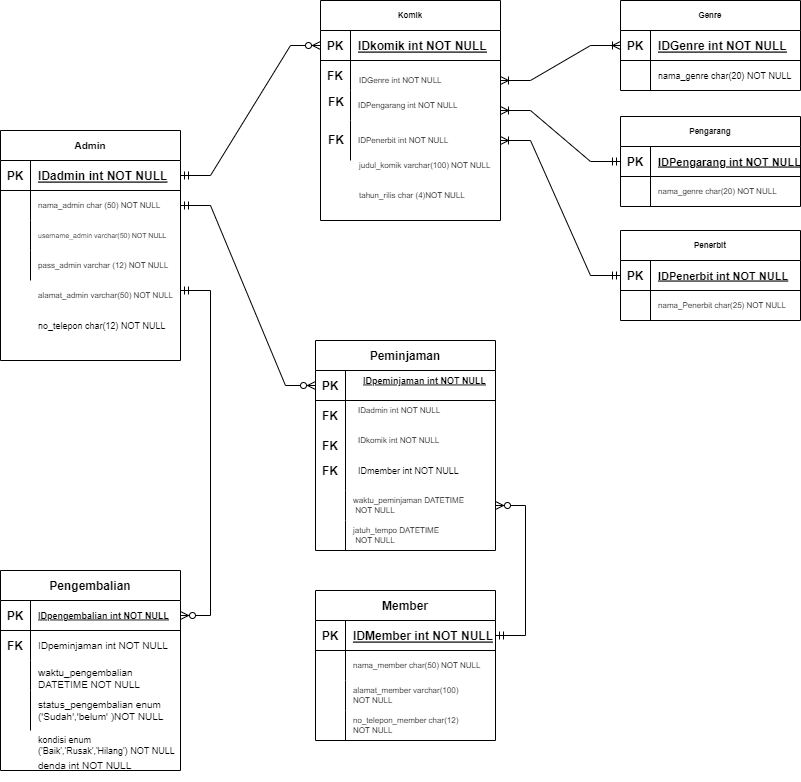
The draw.io diagram Pertemuan 6/Pertemuan 6.drawio.png in Naufalzaki05/IF214002, before a commit. Source tidied: cells renumbered, new cells last; positions are measured from the earlier drawing's top-left corner, leaving out a move shared by most shapes.
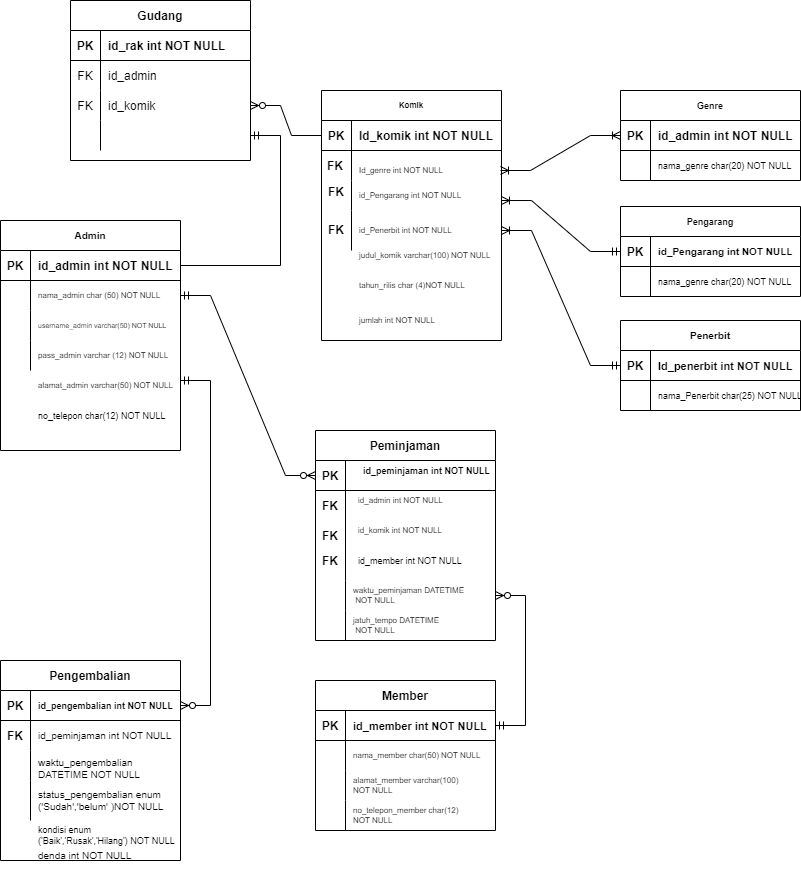
Later version of the same file.

What changed in the source:
```diff
@@ -11,7 +11,7 @@
     <mxCell id="4" value="PK" style="shape=partialRectangle;fillColor=none;top=0;left=0;bottom=0;right=0;fontStyle=1;overflow=hidden;" parent="3" vertex="1">
       <mxGeometry width="30" height="30" as="geometry" />
     </mxCell>
-    <mxCell id="5" value="IDadmin int NOT NULL" style="shape=partialRectangle;fillColor=none;top=0;left=0;bottom=0;right=0;align=left;spacingLeft=6;fontStyle=5;overflow=hidden;" parent="3" vertex="1">
+    <mxCell id="5" value="id_admin int NOT NULL" style="shape=partialRectangle;fillColor=none;top=0;left=0;bottom=0;right=0;align=left;spacingLeft=6;fontStyle=1;overflow=hidden;" parent="3" vertex="1">
       <mxGeometry x="30" width="150" height="30" as="geometry" />
     </mxCell>
     <mxCell id="6" style="shape=tableRow;horizontal=0;startSize=0;swimlaneHead=0;swimlaneBody=0;fillColor=none;points=[[0,0.5],[1,0.5]];portConstraint=eastwest;top=0;left=0;right=0;bottom=0;" parent="2" vertex="1">
@@ -48,7 +48,7 @@
       <mxGeometry x="30" y="310" width="150" height="30" as="geometry" />
     </mxCell>
     <mxCell id="17" value="Komik" style="shape=table;startSize=30;rowLines=0;fontStyle=1;align=center;fontSize=8;" parent="1" vertex="1">
-      <mxGeometry x="320" width="180" height="220" as="geometry" />
+      <mxGeometry x="321" width="180" height="250" as="geometry" />
     </mxCell>
     <mxCell id="18" style="shape=tableRow;horizontal=0;startSize=0;swimlaneHead=0;swimlaneBody=0;fillColor=none;points=[[0,0.5],[1,0.5]];portConstraint=eastwest;top=0;left=0;right=0;bottom=1;" parent="17" vertex="1">
       <mxGeometry y="30" width="180" height="30" as="geometry" />
@@ -56,7 +56,7 @@
     <mxCell id="19" value="PK" style="shape=partialRectangle;fillColor=none;top=0;left=0;bottom=0;right=0;fontStyle=1;overflow=hidden;" parent="18" vertex="1">
       <mxGeometry width="30" height="30" as="geometry" />
     </mxCell>
-    <mxCell id="20" value="IDkomik int NOT NULL" style="shape=partialRectangle;fillColor=none;top=0;left=0;bottom=0;right=0;align=left;spacingLeft=6;fontStyle=5;overflow=hidden;" parent="18" vertex="1">
+    <mxCell id="20" value="Id_komik int NOT NULL" style="shape=partialRectangle;fillColor=none;top=0;left=0;bottom=0;right=0;align=left;spacingLeft=6;fontStyle=1;overflow=hidden;" parent="18" vertex="1">
       <mxGeometry x="30" width="150" height="30" as="geometry" />
     </mxCell>
     <mxCell id="21" style="shape=tableRow;horizontal=0;startSize=0;swimlaneHead=0;swimlaneBody=0;fillColor=none;top=0;left=0;right=0;bottom=0;" parent="17" vertex="1">
@@ -74,7 +74,7 @@
     <mxCell id="25" style="shape=partialRectangle;fillColor=none;top=0;left=0;bottom=0;right=0;overflow=hidden;" parent="24" vertex="1">
       <mxGeometry width="30" height="30" as="geometry" />
     </mxCell>
-    <mxCell id="26" value="IDPengarang int NOT NULL" style="shape=partialRectangle;fillColor=none;top=0;left=0;bottom=0;right=0;align=left;spacingLeft=6;overflow=hidden;fontSize=8;" parent="24" vertex="1">
+    <mxCell id="26" value="id_Pengarang int NOT NULL" style="shape=partialRectangle;fillColor=none;top=0;left=0;bottom=0;right=0;align=left;spacingLeft=6;overflow=hidden;fontSize=8;" parent="24" vertex="1">
       <mxGeometry x="30" width="150" height="30" as="geometry" />
     </mxCell>
     <mxCell id="27" style="shape=tableRow;horizontal=0;startSize=0;swimlaneHead=0;swimlaneBody=0;fillColor=none;points=[[0,0.5],[1,0.5]];portConstraint=eastwest;top=0;left=0;right=0;bottom=0;" parent="17" vertex="1">
@@ -83,7 +83,7 @@
     <mxCell id="28" style="shape=partialRectangle;fillColor=none;top=0;left=0;bottom=0;right=0;overflow=hidden;" parent="27" vertex="1">
       <mxGeometry width="30" height="40" as="geometry" />
     </mxCell>
-    <mxCell id="29" value="IDPenerbit int NOT NULL" style="shape=partialRectangle;fillColor=none;top=0;left=0;bottom=0;right=0;align=left;spacingLeft=6;overflow=hidden;fontSize=8;" parent="27" vertex="1">
+    <mxCell id="29" value="id_Penerbit int NOT NULL" style="shape=partialRectangle;fillColor=none;top=0;left=0;bottom=0;right=0;align=left;spacingLeft=6;overflow=hidden;fontSize=8;" parent="27" vertex="1">
       <mxGeometry x="30" width="150" height="40" as="geometry" />
     </mxCell>
     <mxCell id="30" style="shape=partialRectangle;fillColor=none;top=0;left=0;bottom=0;right=0;align=left;spacingLeft=6;overflow=hidden;fontSize=8;" parent="1" vertex="1">
@@ -101,7 +101,7 @@
     <mxCell id="34" value="PK" style="shape=partialRectangle;fillColor=none;top=0;left=0;bottom=0;right=0;fontStyle=1;overflow=hidden;" parent="33" vertex="1">
       <mxGeometry width="30" height="30" as="geometry" />
     </mxCell>
-    <mxCell id="35" value="IDMember int NOT NULL" style="shape=partialRectangle;fillColor=none;top=0;left=0;bottom=0;right=0;align=left;spacingLeft=6;fontStyle=5;overflow=hidden;" parent="33" vertex="1">
+    <mxCell id="35" value="id_member int NOT NULL" style="shape=partialRectangle;fillColor=none;top=0;left=0;bottom=0;right=0;align=left;spacingLeft=6;fontStyle=1;overflow=hidden;fontSize=11;" parent="33" vertex="1">
       <mxGeometry x="30" width="150" height="30" as="geometry" />
     </mxCell>
     <mxCell id="36" style="shape=tableRow;horizontal=0;startSize=0;swimlaneHead=0;swimlaneBody=0;fillColor=none;top=0;left=0;right=0;bottom=0;" parent="32" vertex="1">
@@ -170,16 +170,16 @@
     <mxCell id="57" value="jatuh_tempo DATETIME &#10; NOT NULL" style="shape=partialRectangle;fillColor=none;top=0;left=0;bottom=0;right=0;align=left;spacingLeft=6;overflow=hidden;fontSize=8;" parent="55" vertex="1">
       <mxGeometry x="30" width="150" height="30" as="geometry" />
     </mxCell>
-    <mxCell id="58" value="IDpeminjaman int NOT NULL" style="shape=partialRectangle;fillColor=none;top=0;left=0;bottom=0;right=0;align=left;spacingLeft=6;fontStyle=5;overflow=hidden;fontSize=9;" parent="1" vertex="1">
+    <mxCell id="58" value="id_peminjaman int NOT NULL" style="shape=partialRectangle;fillColor=none;top=0;left=0;bottom=0;right=0;align=left;spacingLeft=6;fontStyle=1;overflow=hidden;fontSize=9;" parent="1" vertex="1">
       <mxGeometry x="355" y="370" width="150" height="20" as="geometry" />
     </mxCell>
-    <mxCell id="59" value="IDadmin int NOT NULL" style="shape=partialRectangle;fillColor=none;top=0;left=0;bottom=0;right=0;align=left;spacingLeft=6;fontStyle=0;overflow=hidden;fontSize=8;" parent="1" vertex="1">
+    <mxCell id="59" value="id_admin int NOT NULL" style="shape=partialRectangle;fillColor=none;top=0;left=0;bottom=0;right=0;align=left;spacingLeft=6;fontStyle=0;overflow=hidden;fontSize=8;" parent="1" vertex="1">
       <mxGeometry x="350" y="400" width="150" height="20" as="geometry" />
     </mxCell>
-    <mxCell id="60" value="IDkomik int NOT NULL" style="shape=partialRectangle;fillColor=none;top=0;left=0;bottom=0;right=0;align=left;spacingLeft=6;fontStyle=0;overflow=hidden;fontSize=8;" parent="1" vertex="1">
+    <mxCell id="60" value="id_komik int NOT NULL" style="shape=partialRectangle;fillColor=none;top=0;left=0;bottom=0;right=0;align=left;spacingLeft=6;fontStyle=0;overflow=hidden;fontSize=8;" parent="1" vertex="1">
       <mxGeometry x="350" y="430" width="150" height="20" as="geometry" />
     </mxCell>
-    <mxCell id="61" value="IDmember int NOT NULL" style="shape=partialRectangle;fillColor=none;top=0;left=0;bottom=0;right=0;align=left;spacingLeft=6;fontStyle=0;overflow=hidden;fontSize=9;" parent="1" vertex="1">
+    <mxCell id="61" value="id_member int NOT NULL" style="shape=partialRectangle;fillColor=none;top=0;left=0;bottom=0;right=0;align=left;spacingLeft=6;fontStyle=0;overflow=hidden;fontSize=9;" parent="1" vertex="1">
       <mxGeometry x="350" y="460" width="150" height="20" as="geometry" />
     </mxCell>
     <mxCell id="62" value="Pengembalian" style="shape=table;startSize=30;rowLines=0;fontStyle=1;align=center;" parent="1" vertex="1">
@@ -191,7 +191,7 @@
     <mxCell id="64" value="PK" style="shape=partialRectangle;fillColor=none;top=0;left=0;bottom=0;right=0;fontStyle=1;overflow=hidden;" parent="63" vertex="1">
       <mxGeometry width="30" height="30" as="geometry" />
     </mxCell>
-    <mxCell id="65" value="IDpengembalian int NOT NULL" style="shape=partialRectangle;fillColor=none;top=0;left=0;bottom=0;right=0;align=left;spacingLeft=6;fontStyle=5;overflow=hidden;fontSize=9;" parent="63" vertex="1">
+    <mxCell id="65" value="id_pengembalian int NOT NULL" style="shape=partialRectangle;fillColor=none;top=0;left=0;bottom=0;right=0;align=left;spacingLeft=6;fontStyle=1;overflow=hidden;fontSize=9;" parent="63" vertex="1">
       <mxGeometry x="30" width="150" height="30" as="geometry" />
     </mxCell>
     <mxCell id="66" style="shape=tableRow;horizontal=0;startSize=0;swimlaneHead=0;swimlaneBody=0;fillColor=none;top=0;left=0;right=0;bottom=0;" parent="62" vertex="1">
@@ -200,7 +200,7 @@
     <mxCell id="67" value="FK" style="shape=partialRectangle;fillColor=none;top=0;left=0;bottom=0;right=0;overflow=hidden;fontStyle=1;" parent="66" vertex="1">
       <mxGeometry width="30" height="30" as="geometry" />
     </mxCell>
-    <mxCell id="68" value="IDpeminjaman int NOT NULL" style="shape=partialRectangle;fillColor=none;top=0;left=0;bottom=0;right=0;align=left;spacingLeft=6;overflow=hidden;fontStyle=0;fontSize=10;" parent="66" vertex="1">
+    <mxCell id="68" value="id_peminjaman int NOT NULL" style="shape=partialRectangle;fillColor=none;top=0;left=0;bottom=0;right=0;align=left;spacingLeft=6;overflow=hidden;fontStyle=0;fontSize=10;" parent="66" vertex="1">
       <mxGeometry x="30" width="150" height="30" as="geometry" />
     </mxCell>
     <mxCell id="69" style="shape=tableRow;horizontal=0;startSize=0;swimlaneHead=0;swimlaneBody=0;fillColor=none;top=0;left=0;right=0;bottom=0;" parent="62" vertex="1">
@@ -221,9 +221,6 @@
     <mxCell id="74" value="status_pengembalian enum&#10;('Sudah','belum' )NOT NULL" style="shape=partialRectangle;fillColor=none;top=0;left=0;bottom=0;right=0;align=left;spacingLeft=6;overflow=hidden;fontSize=10;" parent="72" vertex="1">
       <mxGeometry x="30" width="150" height="40" as="geometry" />
     </mxCell>
-    <mxCell id="75" style="edgeStyle=entityRelationEdgeStyle;fontSize=12;html=1;endArrow=ERzeroToMany;startArrow=ERmandOne;rounded=0;exitX=1;exitY=0.5;exitDx=0;exitDy=0;entryX=0;entryY=0.5;entryDx=0;entryDy=0;" parent="1" edge="1" source="3" target="18">
-      <mxGeometry relative="1" as="geometry" />
-    </mxCell>
     <mxCell id="76" style="edgeStyle=entityRelationEdgeStyle;fontSize=12;html=1;endArrow=ERzeroToMany;startArrow=ERmandOne;rounded=0;exitX=1;exitY=0.5;exitDx=0;exitDy=0;" parent="1" edge="1" source="6" target="46">
       <mxGeometry relative="1" as="geometry" />
     </mxCell>
@@ -238,7 +235,7 @@
     <mxCell id="79" value="FK" style="shape=partialRectangle;fillColor=none;top=0;left=0;bottom=0;right=0;overflow=hidden;fontStyle=1;" parent="1" vertex="1">
       <mxGeometry x="315" y="455" width="30" height="30" as="geometry" />
     </mxCell>
-    <mxCell id="80" value="Genre" style="shape=table;startSize=30;rowLines=0;fontStyle=1;align=center;fontSize=8;" parent="1" vertex="1">
+    <mxCell id="80" value="Genre" style="shape=table;startSize=30;rowLines=0;fontStyle=1;align=center;fontSize=9;" parent="1" vertex="1">
       <mxGeometry x="620" width="180" height="90" as="geometry" />
     </mxCell>
     <mxCell id="81" style="shape=tableRow;horizontal=0;startSize=0;swimlaneHead=0;swimlaneBody=0;fillColor=none;points=[[0,0.5],[1,0.5]];portConstraint=eastwest;top=0;left=0;right=0;bottom=1;" parent="80" vertex="1">
@@ -247,7 +244,7 @@
     <mxCell id="82" value="PK" style="shape=partialRectangle;fillColor=none;top=0;left=0;bottom=0;right=0;fontStyle=1;overflow=hidden;" parent="81" vertex="1">
       <mxGeometry width="30" height="30" as="geometry" />
     </mxCell>
-    <mxCell id="83" value="IDGenre int NOT NULL" style="shape=partialRectangle;fillColor=none;top=0;left=0;bottom=0;right=0;align=left;spacingLeft=6;fontStyle=5;overflow=hidden;" parent="81" vertex="1">
+    <mxCell id="83" value="id_admin int NOT NULL" style="shape=partialRectangle;fillColor=none;top=0;left=0;bottom=0;right=0;align=left;spacingLeft=6;fontStyle=1;overflow=hidden;" parent="81" vertex="1">
       <mxGeometry x="30" width="150" height="30" as="geometry" />
     </mxCell>
     <mxCell id="84" style="shape=tableRow;horizontal=0;startSize=0;swimlaneHead=0;swimlaneBody=0;fillColor=none;top=0;left=0;right=0;bottom=0;" parent="80" vertex="1">
@@ -259,7 +256,7 @@
     <mxCell id="86" value="nama_genre char(20) NOT NULL" style="shape=partialRectangle;fillColor=none;top=0;left=0;bottom=0;right=0;align=left;spacingLeft=6;overflow=hidden;fontSize=9;" parent="84" vertex="1">
       <mxGeometry x="30" width="150" height="30" as="geometry" />
     </mxCell>
-    <mxCell id="87" value="IDGenre int NOT NULL" style="shape=partialRectangle;fillColor=none;top=0;left=0;bottom=0;right=0;align=left;spacingLeft=6;overflow=hidden;fontSize=8;" parent="1" vertex="1">
+    <mxCell id="87" value="Id_genre int NOT NULL" style="shape=partialRectangle;fillColor=none;top=0;left=0;bottom=0;right=0;align=left;spacingLeft=6;overflow=hidden;fontSize=8;" parent="1" vertex="1">
       <mxGeometry x="351" y="60" width="150" height="40" as="geometry" />
     </mxCell>
     <mxCell id="88" value="FK" style="shape=partialRectangle;fillColor=none;top=0;left=0;bottom=0;right=0;overflow=hidden;fontStyle=1;" parent="1" vertex="1">
@@ -282,7 +279,7 @@
         <mxPoint x="500" y="80" as="sourcePoint" />
       </mxGeometry>
     </mxCell>
-    <mxCell id="94" value="Pengarang" style="shape=table;startSize=30;rowLines=0;fontStyle=1;align=center;fontSize=8;" parent="1" vertex="1">
+    <mxCell id="94" value="Pengarang" style="shape=table;startSize=30;rowLines=0;fontStyle=1;align=center;fontSize=9;" parent="1" vertex="1">
       <mxGeometry x="620" y="116" width="180" height="90" as="geometry" />
     </mxCell>
     <mxCell id="95" style="shape=tableRow;horizontal=0;startSize=0;swimlaneHead=0;swimlaneBody=0;fillColor=none;points=[[0,0.5],[1,0.5]];portConstraint=eastwest;top=0;left=0;right=0;bottom=1;" parent="94" vertex="1">
@@ -291,7 +288,7 @@
     <mxCell id="96" value="PK" style="shape=partialRectangle;fillColor=none;top=0;left=0;bottom=0;right=0;fontStyle=1;overflow=hidden;" parent="95" vertex="1">
       <mxGeometry width="30" height="30" as="geometry" />
     </mxCell>
-    <mxCell id="97" value="IDPengarang int NOT NULL" style="shape=partialRectangle;fillColor=none;top=0;left=0;bottom=0;right=0;align=left;spacingLeft=6;fontStyle=5;overflow=hidden;fontSize=11;" parent="95" vertex="1">
+    <mxCell id="97" value="id_Pengarang int NOT NULL" style="shape=partialRectangle;fillColor=none;top=0;left=0;bottom=0;right=0;align=left;spacingLeft=6;fontStyle=1;overflow=hidden;fontSize=10;" parent="95" vertex="1">
       <mxGeometry x="30" width="150" height="30" as="geometry" />
     </mxCell>
     <mxCell id="98" style="shape=tableRow;horizontal=0;startSize=0;swimlaneHead=0;swimlaneBody=0;fillColor=none;top=0;left=0;right=0;bottom=0;" parent="94" vertex="1">
@@ -300,13 +297,13 @@
     <mxCell id="99" style="shape=partialRectangle;fillColor=none;top=0;left=0;bottom=0;right=0;overflow=hidden;" parent="98" vertex="1">
       <mxGeometry width="30" height="30" as="geometry" />
     </mxCell>
-    <mxCell id="100" value="nama_genre char(20) NOT NULL" style="shape=partialRectangle;fillColor=none;top=0;left=0;bottom=0;right=0;align=left;spacingLeft=6;overflow=hidden;fontSize=8;" parent="98" vertex="1">
+    <mxCell id="100" value="nama_genre char(20) NOT NULL" style="shape=partialRectangle;fillColor=none;top=0;left=0;bottom=0;right=0;align=left;spacingLeft=6;overflow=hidden;fontSize=9;" parent="98" vertex="1">
       <mxGeometry x="30" width="150" height="30" as="geometry" />
     </mxCell>
     <mxCell id="101" style="edgeStyle=entityRelationEdgeStyle;fontSize=12;html=1;endArrow=ERoneToMany;startArrow=ERmandOne;rounded=0;entryX=1;entryY=0.667;entryDx=0;entryDy=0;entryPerimeter=0;exitX=0;exitY=0.5;exitDx=0;exitDy=0;" parent="1" edge="1" source="95" target="24">
       <mxGeometry relative="1" as="geometry" />
     </mxCell>
-    <mxCell id="102" value="Penerbit" style="shape=table;startSize=30;rowLines=0;fontStyle=1;align=center;fontSize=8;" parent="1" vertex="1">
+    <mxCell id="102" value="Penerbit" style="shape=table;startSize=30;rowLines=0;fontStyle=1;align=center;fontSize=10;" parent="1" vertex="1">
       <mxGeometry x="620" y="230" width="180" height="90" as="geometry" />
     </mxCell>
     <mxCell id="103" style="shape=tableRow;horizontal=0;startSize=0;swimlaneHead=0;swimlaneBody=0;fillColor=none;points=[[0,0.5],[1,0.5]];portConstraint=eastwest;top=0;left=0;right=0;bottom=1;" parent="102" vertex="1">
@@ -315,7 +312,7 @@
     <mxCell id="104" value="PK" style="shape=partialRectangle;fillColor=none;top=0;left=0;bottom=0;right=0;fontStyle=1;overflow=hidden;" parent="103" vertex="1">
       <mxGeometry width="30" height="30" as="geometry" />
     </mxCell>
-    <mxCell id="105" value="IDPenerbit int NOT NULL" style="shape=partialRectangle;fillColor=none;top=0;left=0;bottom=0;right=0;align=left;spacingLeft=6;fontStyle=5;overflow=hidden;fontSize=11;" parent="103" vertex="1">
+    <mxCell id="105" value="Id_penerbit int NOT NULL" style="shape=partialRectangle;fillColor=none;top=0;left=0;bottom=0;right=0;align=left;spacingLeft=6;fontStyle=1;overflow=hidden;fontSize=11;" parent="103" vertex="1">
       <mxGeometry x="30" width="150" height="30" as="geometry" />
     </mxCell>
     <mxCell id="106" style="shape=tableRow;horizontal=0;startSize=0;swimlaneHead=0;swimlaneBody=0;fillColor=none;top=0;left=0;right=0;bottom=0;" parent="102" vertex="1">
@@ -324,7 +321,7 @@
     <mxCell id="107" style="shape=partialRectangle;fillColor=none;top=0;left=0;bottom=0;right=0;overflow=hidden;" parent="106" vertex="1">
       <mxGeometry width="30" height="30" as="geometry" />
     </mxCell>
-    <mxCell id="108" value="nama_Penerbit char(25) NOT NULL" style="shape=partialRectangle;fillColor=none;top=0;left=0;bottom=0;right=0;align=left;spacingLeft=6;overflow=hidden;fontSize=8;" parent="106" vertex="1">
+    <mxCell id="108" value="nama_Penerbit char(25) NOT NULL" style="shape=partialRectangle;fillColor=none;top=0;left=0;bottom=0;right=0;align=left;spacingLeft=6;overflow=hidden;fontSize=9;" parent="106" vertex="1">
       <mxGeometry x="30" width="150" height="30" as="geometry" />
     </mxCell>
     <mxCell id="109" style="edgeStyle=entityRelationEdgeStyle;fontSize=12;html=1;endArrow=ERoneToMany;startArrow=ERmandOne;rounded=0;entryX=1;entryY=0.5;entryDx=0;entryDy=0;exitX=0;exitY=0.5;exitDx=0;exitDy=0;" parent="1" edge="1" source="103" target="27">
@@ -339,5 +336,53 @@
     <mxCell id="112" value="denda int NOT NULL" style="shape=partialRectangle;fillColor=none;top=0;left=0;bottom=0;right=0;align=left;spacingLeft=6;overflow=hidden;fontSize=10;" parent="1" vertex="1">
       <mxGeometry x="30" y="750" width="150" height="30" as="geometry" />
     </mxCell>
+    <mxCell id="113" value="Gudang" style="shape=table;startSize=30;rowLines=0;fontStyle=1;align=center;" parent="1" vertex="1">
+      <mxGeometry x="70" y="-90" width="180" height="160" as="geometry" />
+    </mxCell>
+    <mxCell id="114" style="shape=tableRow;horizontal=0;startSize=0;swimlaneHead=0;swimlaneBody=0;fillColor=none;top=0;left=0;right=0;bottom=1;" parent="113" vertex="1">
+      <mxGeometry y="30" width="180" height="30" as="geometry" />
+    </mxCell>
+    <mxCell id="115" value="PK" style="shape=partialRectangle;fillColor=none;top=0;left=0;bottom=0;right=0;fontStyle=1;overflow=hidden;" parent="114" vertex="1">
+      <mxGeometry width="30" height="30" as="geometry" />
+    </mxCell>
+    <mxCell id="116" value="id_rak int NOT NULL" style="shape=partialRectangle;fillColor=none;top=0;left=0;bottom=0;right=0;align=left;spacingLeft=6;fontStyle=1;overflow=hidden;" parent="114" vertex="1">
+      <mxGeometry x="30" width="150" height="30" as="geometry" />
+    </mxCell>
+    <mxCell id="117" style="shape=tableRow;horizontal=0;startSize=0;swimlaneHead=0;swimlaneBody=0;fillColor=none;top=0;left=0;right=0;bottom=0;" parent="113" vertex="1">
+      <mxGeometry y="60" width="180" height="30" as="geometry" />
+    </mxCell>
+    <mxCell id="118" value="FK" style="shape=partialRectangle;fillColor=none;top=0;left=0;bottom=0;right=0;overflow=hidden;" parent="117" vertex="1">
+      <mxGeometry width="30" height="30" as="geometry" />
+    </mxCell>
+    <mxCell id="119" value="id_admin" style="shape=partialRectangle;fillColor=none;top=0;left=0;bottom=0;right=0;align=left;spacingLeft=6;overflow=hidden;" parent="117" vertex="1">
+      <mxGeometry x="30" width="150" height="30" as="geometry" />
+    </mxCell>
+    <mxCell id="120" style="shape=tableRow;horizontal=0;startSize=0;swimlaneHead=0;swimlaneBody=0;fillColor=none;points=[[0,0.5],[1,0.5]];portConstraint=eastwest;top=0;left=0;right=0;bottom=0;" parent="113" vertex="1">
+      <mxGeometry y="90" width="180" height="30" as="geometry" />
+    </mxCell>
+    <mxCell id="121" value="FK" style="shape=partialRectangle;fillColor=none;top=0;left=0;bottom=0;right=0;overflow=hidden;" parent="120" vertex="1">
+      <mxGeometry width="30" height="30" as="geometry" />
+    </mxCell>
+    <mxCell id="122" value="id_komik" style="shape=partialRectangle;fillColor=none;top=0;left=0;bottom=0;right=0;align=left;spacingLeft=6;overflow=hidden;" parent="120" vertex="1">
+      <mxGeometry x="30" width="150" height="30" as="geometry" />
+    </mxCell>
+    <mxCell id="123" style="shape=tableRow;horizontal=0;startSize=0;swimlaneHead=0;swimlaneBody=0;fillColor=none;points=[[0,0.5],[1,0.5]];portConstraint=eastwest;top=0;left=0;right=0;bottom=0;" parent="113" vertex="1">
+      <mxGeometry y="120" width="180" height="30" as="geometry" />
+    </mxCell>
+    <mxCell id="124" style="shape=partialRectangle;fillColor=none;top=0;left=0;bottom=0;right=0;overflow=hidden;" parent="123" vertex="1">
+      <mxGeometry width="30" height="30" as="geometry" />
+    </mxCell>
+    <mxCell id="125" style="shape=partialRectangle;fillColor=none;top=0;left=0;bottom=0;right=0;align=left;spacingLeft=6;overflow=hidden;" parent="123" vertex="1">
+      <mxGeometry x="30" width="150" height="30" as="geometry" />
+    </mxCell>
+    <mxCell id="126" value="jumlah int NOT NULL" style="shape=partialRectangle;fillColor=none;top=0;left=0;bottom=0;right=0;align=left;spacingLeft=6;overflow=hidden;fontSize=8;" parent="1" vertex="1">
+      <mxGeometry x="351" y="210" width="150" height="40" as="geometry" />
+    </mxCell>
+    <mxCell id="127" style="edgeStyle=entityRelationEdgeStyle;fontSize=12;html=1;endArrow=ERzeroToMany;endFill=1;rounded=0;exitX=0;exitY=0.5;exitDx=0;exitDy=0;entryX=1;entryY=0.5;entryDx=0;entryDy=0;" parent="1" edge="1" source="18" target="120">
+      <mxGeometry relative="1" as="geometry" />
+    </mxCell>
+    <mxCell id="128" style="edgeStyle=entityRelationEdgeStyle;fontSize=12;html=1;endArrow=ERmandOne;rounded=0;" parent="1" edge="1" source="3" target="123">
+      <mxGeometry relative="1" as="geometry" />
+    </mxCell>
   </root>
 </mxGraphModel>
```
